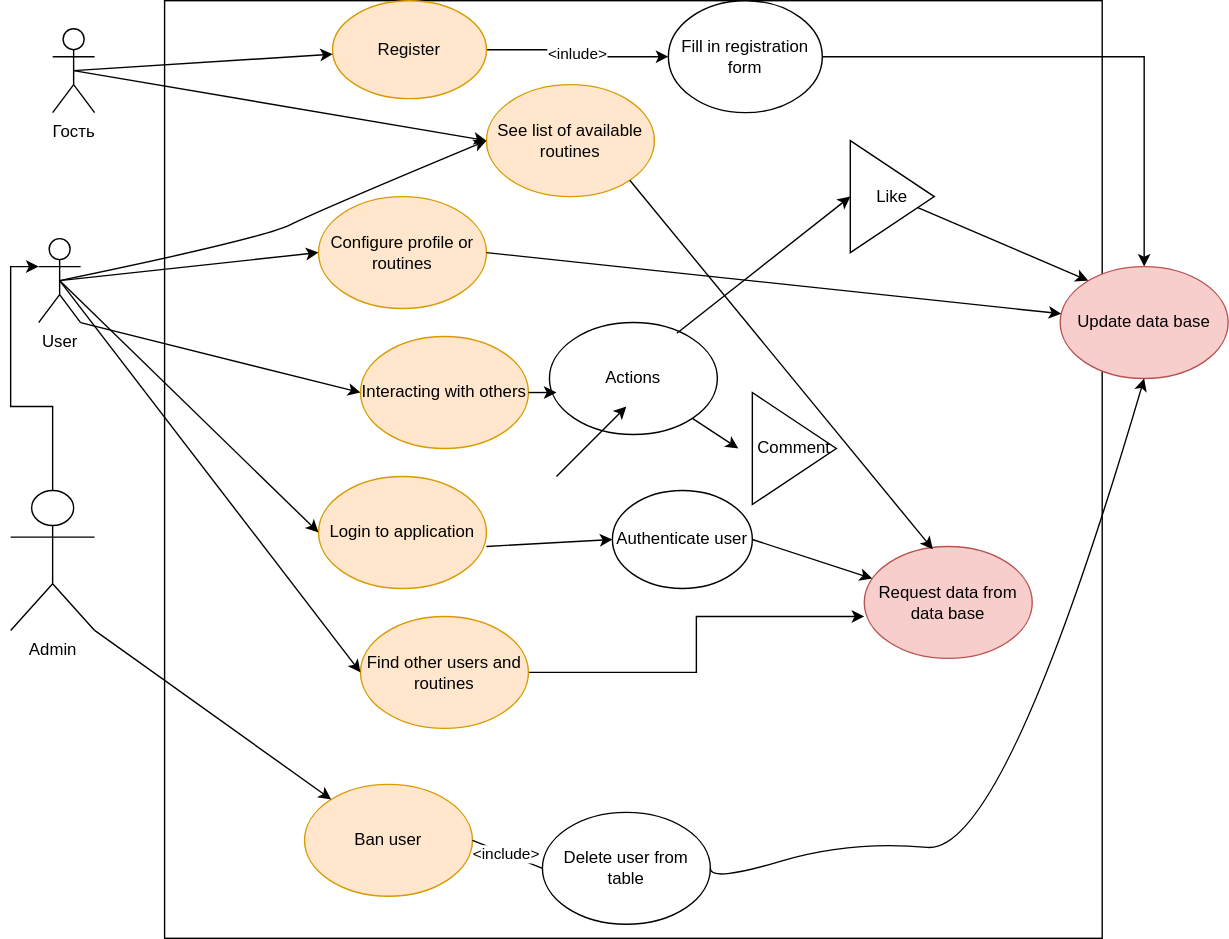
Above: Diagrams/UC.svg in Maybenex1ime/Web_Project_Autumn_2021 (draw.io), before the change. Source tidied: cells renumbered, new cells last; positions are measured from the earlier drawing's top-left corner, leaving out a move shared by most shapes.
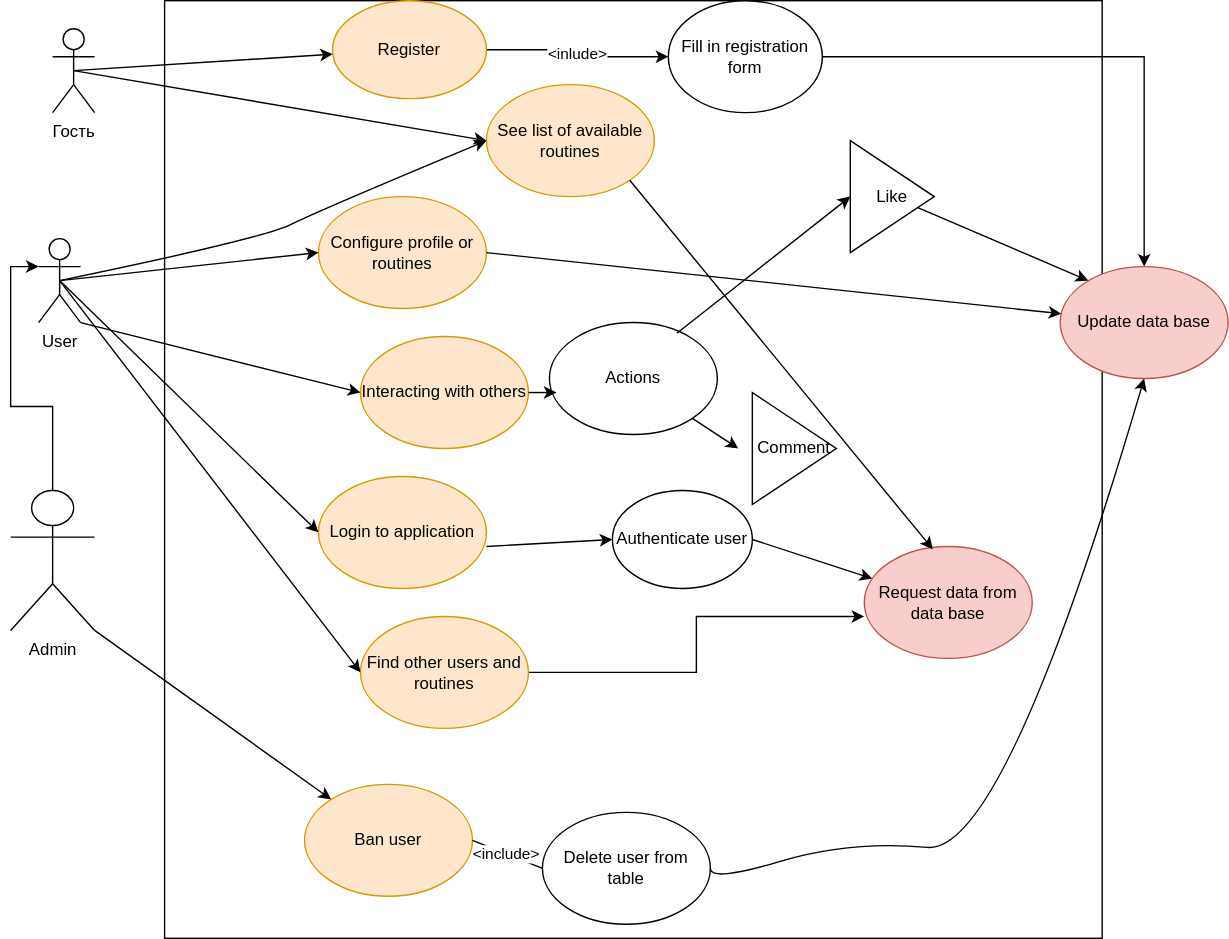
The same diagram one commit later.

Diff of the diagram source:
```diff
@@ -142,11 +142,5 @@
         <mxPoint x="770" y="200" as="targetPoint" />
       </mxGeometry>
     </mxCell>
-    <mxCell id="43" style="endArrow=classic;html=1;" parent="1" edge="1">
-      <mxGeometry relative="1" as="geometry">
-        <mxPoint x="390" y="340" as="sourcePoint" />
-        <mxPoint x="440" y="290" as="targetPoint" />
-      </mxGeometry>
-    </mxCell>
   </root>
 </mxGraphModel>
```
